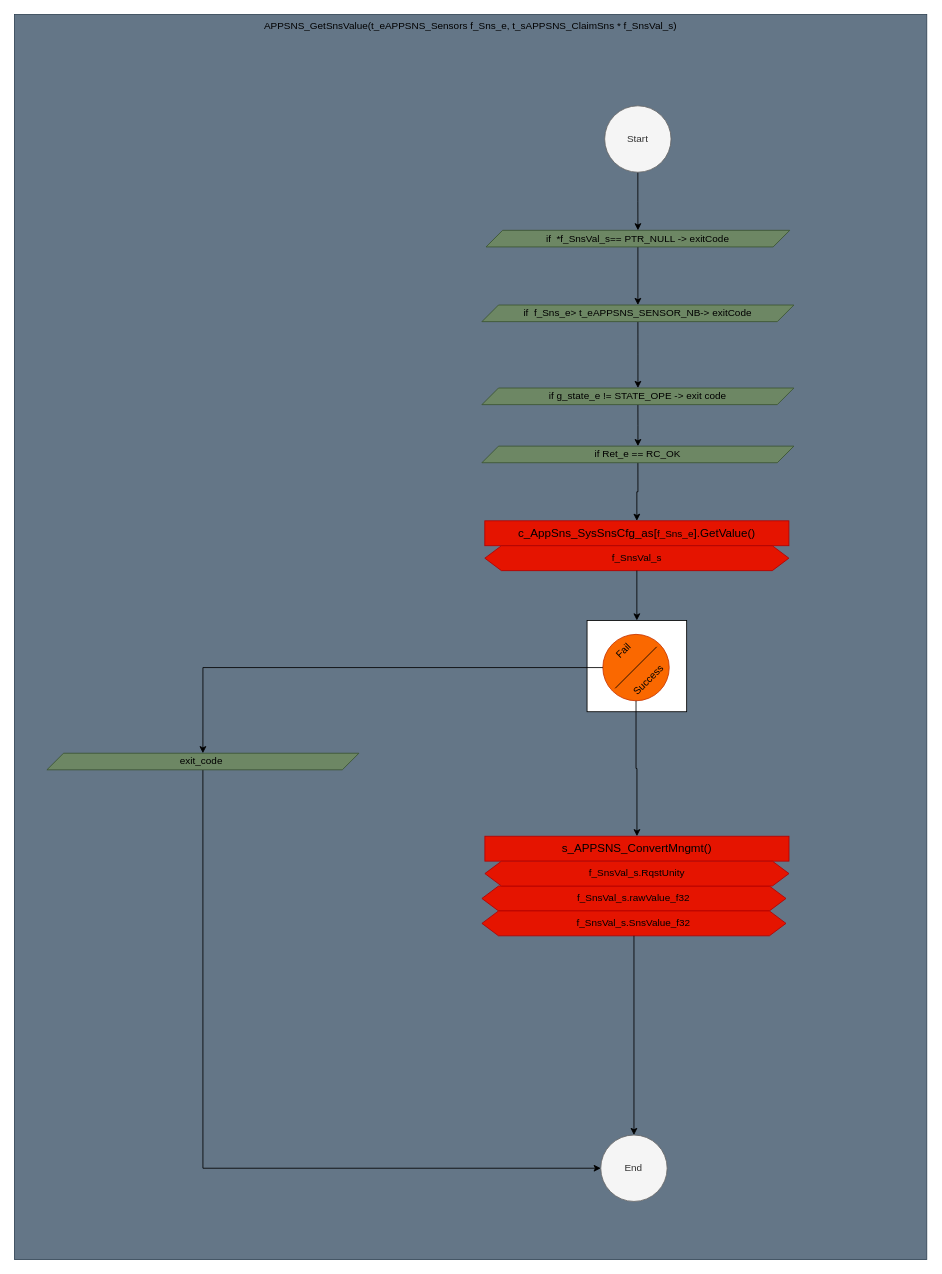
mbarbeau0545/APPSNS keeps this draw.io diagram as page "APPSNS_GetSnsValue" (6 of 8) of Doc/AppSns_Architecture.drawio. Above is the earlier version. Source tidied: cells renumbered, new cells numbered last; positions are measured from the earlier drawing's top-left corner, leaving out a move shared by most shapes. Both pictures are drawn from the tidied source at 83%, with x=0, y=0 at pixel (14, 14).
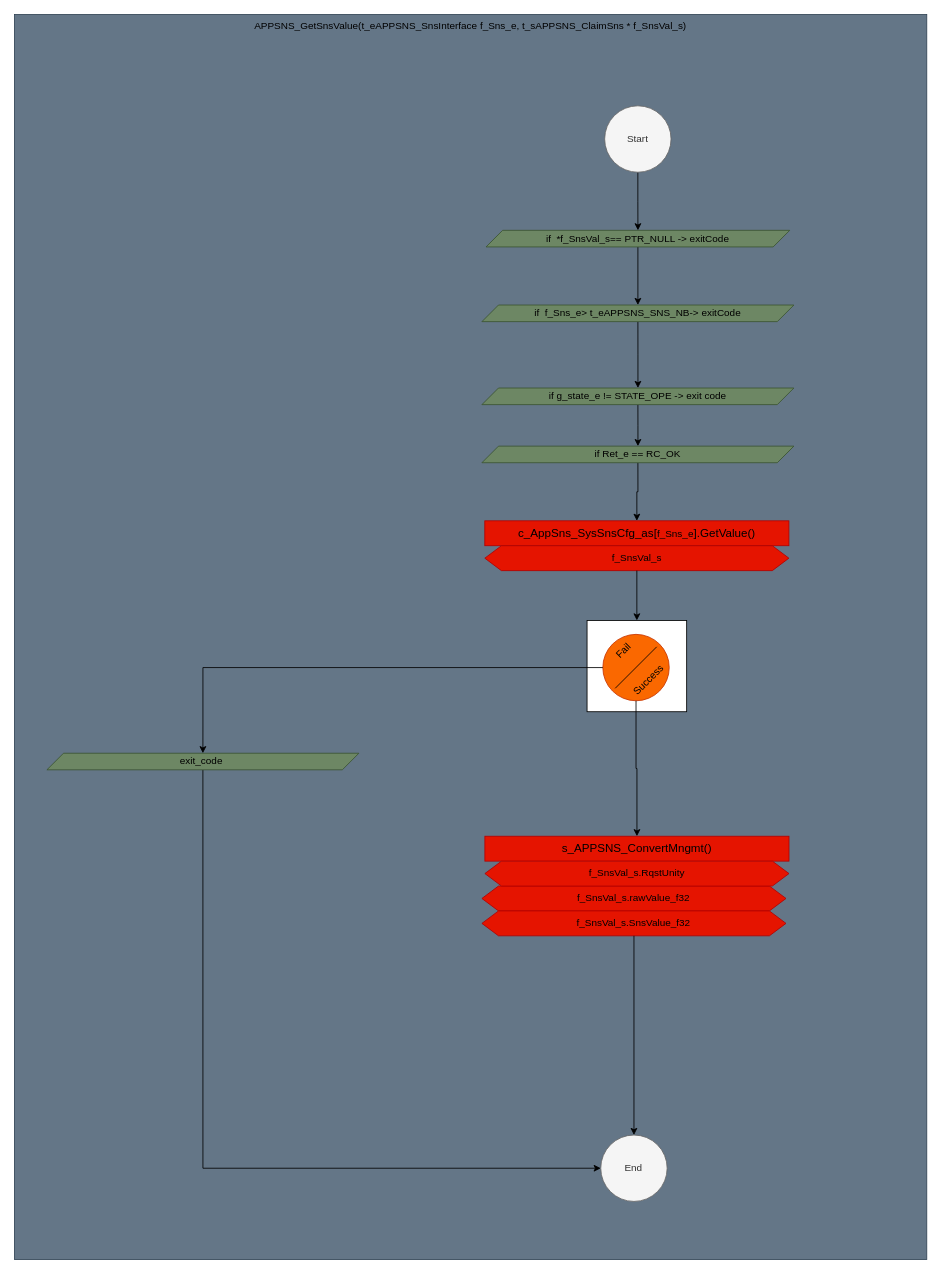
After the change.

Commit message (it also covers changes not shown here):
Update Module to deal with multpiple signal from one Devixe Sensors

What changed in the source:
```diff
@@
-    <mxCell id="2" value="&lt;span style=&quot;color: rgb(0, 0, 0);&quot;&gt;APPSNS_GetSnsValue(t_eAPPSNS_Sensors f_Sns_e,&amp;nbsp;&lt;/span&gt;&lt;span style=&quot;color: rgb(0, 0, 0); text-wrap: nowrap; text-align: left;&quot;&gt;t_sAPPSNS_ClaimSns * f_SnsVal_s)&lt;/span&gt;" style="rounded=0;whiteSpace=wrap;html=1;fillColor=#647687;fontColor=#ffffff;strokeColor=#314354;verticalAlign=top;" parent="1" vertex="1">
+    <mxCell id="2" value="&lt;span style=&quot;color: rgb(0, 0, 0);&quot;&gt;APPSNS_GetSnsValue(t_eAPPSNS_SnsInterface f_Sns_e,&amp;nbsp;&lt;/span&gt;&lt;span style=&quot;color: rgb(0, 0, 0); text-wrap: nowrap; text-align: left;&quot;&gt;t_sAPPSNS_ClaimSns * f_SnsVal_s)&lt;/span&gt;" style="rounded=0;whiteSpace=wrap;html=1;fillColor=#647687;fontColor=#ffffff;strokeColor=#314354;verticalAlign=top;" parent="1" vertex="1">
       <mxGeometry x="-0.1" width="1099.2" height="1500" as="geometry" />
     </mxCell>
@@
-    <mxCell id="8" value="if&amp;nbsp; f_Sns_e&amp;gt;&amp;nbsp;&lt;span style=&quot;text-align: left; text-wrap: nowrap;&quot;&gt;t_eAPPSNS_SENSOR_NB&lt;/span&gt;-&amp;gt; exitCode" style="shape=parallelogram;perimeter=parallelogramPerimeter;whiteSpace=wrap;html=1;fixedSize=1;fillColor=#6d8764;fontColor=#000000;strokeColor=#3A5431;" parent="1" vertex="1">
+    <mxCell id="8" value="if&amp;nbsp; f_Sns_e&amp;gt;&amp;nbsp;&lt;span style=&quot;text-align: left; text-wrap: nowrap;&quot;&gt;t_eAPPSNS_SNS_NB&lt;/span&gt;-&amp;gt; exitCode" style="shape=parallelogram;perimeter=parallelogramPerimeter;whiteSpace=wrap;html=1;fixedSize=1;fillColor=#6d8764;fontColor=#000000;strokeColor=#3A5431;" parent="1" vertex="1">
       <mxGeometry x="563.1" y="350" width="375.9" height="20" as="geometry" />
     </mxCell>
```
